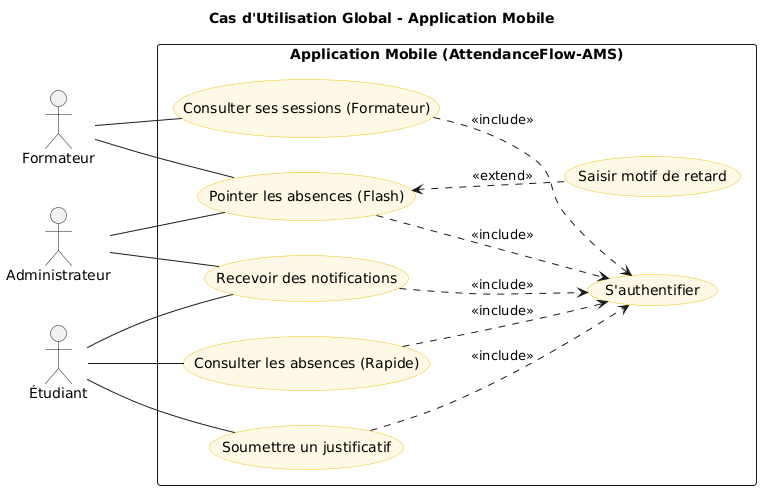
This is docs/images/global-m.png from abdelhaymallouli/AttendanceFlow-AMS, a PlantUML export, as it was before one commit.
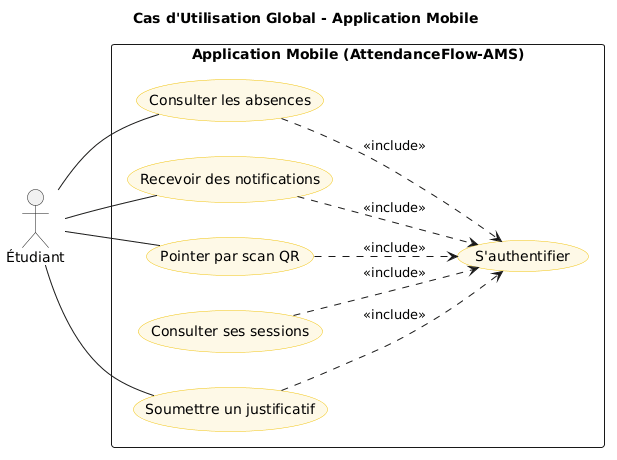
After the commit.

Diff of the diagram source:
```diff
@@ -7,18 +7,15 @@
   BorderColor #F1C40F
 }
 
-actor "Formateur" as Trainer
-actor "Administrateur" as Admin
 actor "Étudiant" as Student
 
 rectangle "Application Mobile (AttendanceFlow-AMS)" {
     usecase "S'authentifier" as UC_M01
-    usecase "Consulter les absences (Rapide)" as UC_M06
-    usecase "Consulter ses sessions (Formateur)" as UC_M08
+    usecase "Consulter les absences" as UC_M06
+    usecase "Consulter ses sessions" as UC_M08
     usecase "Recevoir des notifications" as UC_M09
 
-    usecase "Pointer les absences (Flash)" as UC_M02
-    usecase "Saisir motif de retard" as UC_M02a
+    usecase "Pointer par scan QR" as UC_M02
     usecase "Soumettre un justificatif" as UC_M03
 }
 
@@ -28,15 +25,9 @@
 UC_M02 ..> UC_M01 : <<include>>
 UC_M03 ..> UC_M01 : <<include>>
 
-UC_M02 <.. UC_M02a : <<extend>>
-
-Trainer -- UC_M08
-Trainer -- UC_M02
-
-Admin -- UC_M02
-Admin -- UC_M09
 
 Student -- UC_M06
 Student -- UC_M09
 Student -- UC_M03
+Student -- UC_M02
 @enduml
```
